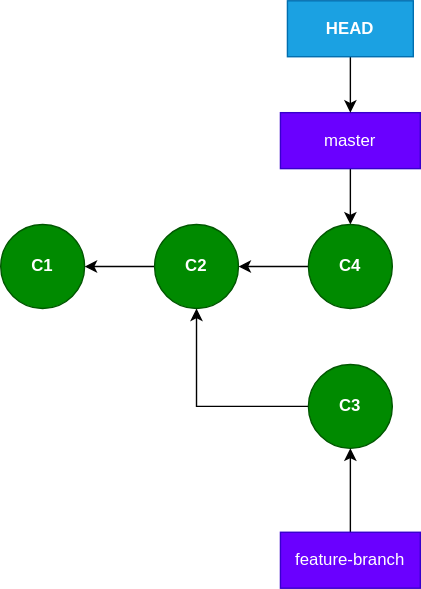
The draw.io diagram img/c4.svg in gbroques/git-internals-presentation, before a commit. Source tidied: cells renumbered, new cells last; positions are measured from the earlier drawing's top-left corner, leaving out a move shared by most shapes.
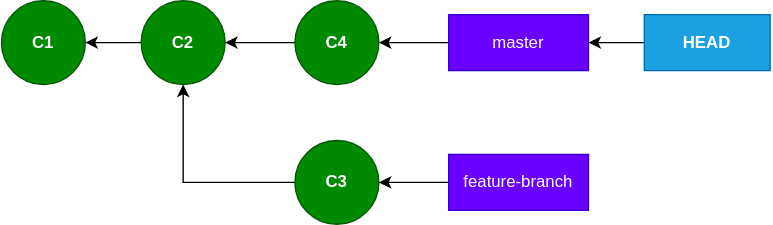
The same diagram one commit later.

The edit, as a diff of the source:
```diff
@@ -5,43 +5,41 @@
     <mxCell id="2" value="C1" style="ellipse;whiteSpace=wrap;html=1;fillColor=#008a00;strokeColor=#005700;fontColor=#ffffff;fontStyle=1;" parent="1" vertex="1">
       <mxGeometry y="160" width="60" height="60" as="geometry" />
     </mxCell>
-    <mxCell id="3" style="edgeStyle=orthogonalEdgeStyle;rounded=0;jettySize=auto;html=1;" parent="1" edge="1" source="4">
-      <mxGeometry relative="1" as="geometry">
-        <mxPoint x="250" y="160" as="targetPoint" />
-      </mxGeometry>
-    </mxCell>
+    <mxCell id="15" style="edgeStyle=none;html=1;entryX=1;entryY=0.5;entryDx=0;entryDy=0;" parent="1" edge="1" source="4" target="12">
+      <mxGeometry relative="1" as="geometry" />
+    </mxCell>
     <mxCell id="4" value="master" style="rounded=0;whiteSpace=wrap;html=1;fillColor=#6a00ff;strokeColor=#3700CC;fontColor=#ffffff;" parent="1" vertex="1">
-      <mxGeometry x="200" y="80" width="100" height="40" as="geometry" />
+      <mxGeometry x="320" y="170" width="100" height="40" as="geometry" />
     </mxCell>
-    <mxCell id="5" style="edgeStyle=orthogonalEdgeStyle;rounded=0;jettySize=auto;html=1;entryX=0.5;entryY=0;entryDx=0;entryDy=0;" parent="1" edge="1" source="6" target="4">
+    <mxCell id="5" style="edgeStyle=none;html=1;entryX=1;entryY=0.5;entryDx=0;entryDy=0;" parent="1" edge="1" source="6" target="4">
       <mxGeometry relative="1" as="geometry" />
     </mxCell>
     <mxCell id="6" value="&lt;b&gt;HEAD&lt;/b&gt;" style="rounded=0;whiteSpace=wrap;html=1;fillColor=#1ba1e2;strokeColor=#006EAF;fontColor=#ffffff;" parent="1" vertex="1">
-      <mxGeometry x="205" width="90" height="40" as="geometry" />
+      <mxGeometry x="460" y="170" width="90" height="40" as="geometry" />
     </mxCell>
     <mxCell id="7" style="edgeStyle=orthogonalEdgeStyle;rounded=0;jettySize=auto;html=1;" parent="1" edge="1" source="8" target="2">
       <mxGeometry relative="1" as="geometry" />
     </mxCell>
     <mxCell id="8" value="C2" style="ellipse;whiteSpace=wrap;html=1;fillColor=#008a00;strokeColor=#005700;fontColor=#ffffff;fontStyle=1;" parent="1" vertex="1">
-      <mxGeometry x="110" y="160" width="60" height="60" as="geometry" />
+      <mxGeometry x="100" y="160" width="60" height="60" as="geometry" />
     </mxCell>
     <mxCell id="9" style="edgeStyle=orthogonalEdgeStyle;rounded=0;jettySize=auto;html=1;entryX=0.5;entryY=1;entryDx=0;entryDy=0;" parent="1" edge="1" source="10" target="8">
       <mxGeometry relative="1" as="geometry" />
     </mxCell>
     <mxCell id="10" value="C3" style="ellipse;whiteSpace=wrap;html=1;fillColor=#008a00;strokeColor=#005700;fontColor=#ffffff;fontStyle=1;" parent="1" vertex="1">
-      <mxGeometry x="220" y="260" width="60" height="60" as="geometry" />
+      <mxGeometry x="210" y="260" width="60" height="60" as="geometry" />
     </mxCell>
     <mxCell id="11" style="edgeStyle=orthogonalEdgeStyle;rounded=0;jettySize=auto;html=1;" parent="1" edge="1" source="12" target="8">
       <mxGeometry relative="1" as="geometry" />
     </mxCell>
     <mxCell id="12" value="C4" style="ellipse;whiteSpace=wrap;html=1;fillColor=#008a00;strokeColor=#005700;fontColor=#ffffff;fontStyle=1;" parent="1" vertex="1">
-      <mxGeometry x="220" y="160" width="60" height="60" as="geometry" />
+      <mxGeometry x="210" y="160" width="60" height="60" as="geometry" />
     </mxCell>
-    <mxCell id="13" style="edgeStyle=orthogonalEdgeStyle;rounded=0;jettySize=auto;html=1;entryX=0.5;entryY=1;entryDx=0;entryDy=0;" parent="1" edge="1" source="14" target="10">
+    <mxCell id="13" style="edgeStyle=none;html=1;entryX=1;entryY=0.5;entryDx=0;entryDy=0;" parent="1" edge="1" source="14" target="10">
       <mxGeometry relative="1" as="geometry" />
     </mxCell>
     <mxCell id="14" value="feature-branch" style="rounded=0;whiteSpace=wrap;html=1;fillColor=#6a00ff;strokeColor=#3700CC;fontColor=#ffffff;" parent="1" vertex="1">
-      <mxGeometry x="200" y="380" width="100" height="40" as="geometry" />
+      <mxGeometry x="320" y="270" width="100" height="40" as="geometry" />
     </mxCell>
   </root>
 </mxGraphModel>
```
